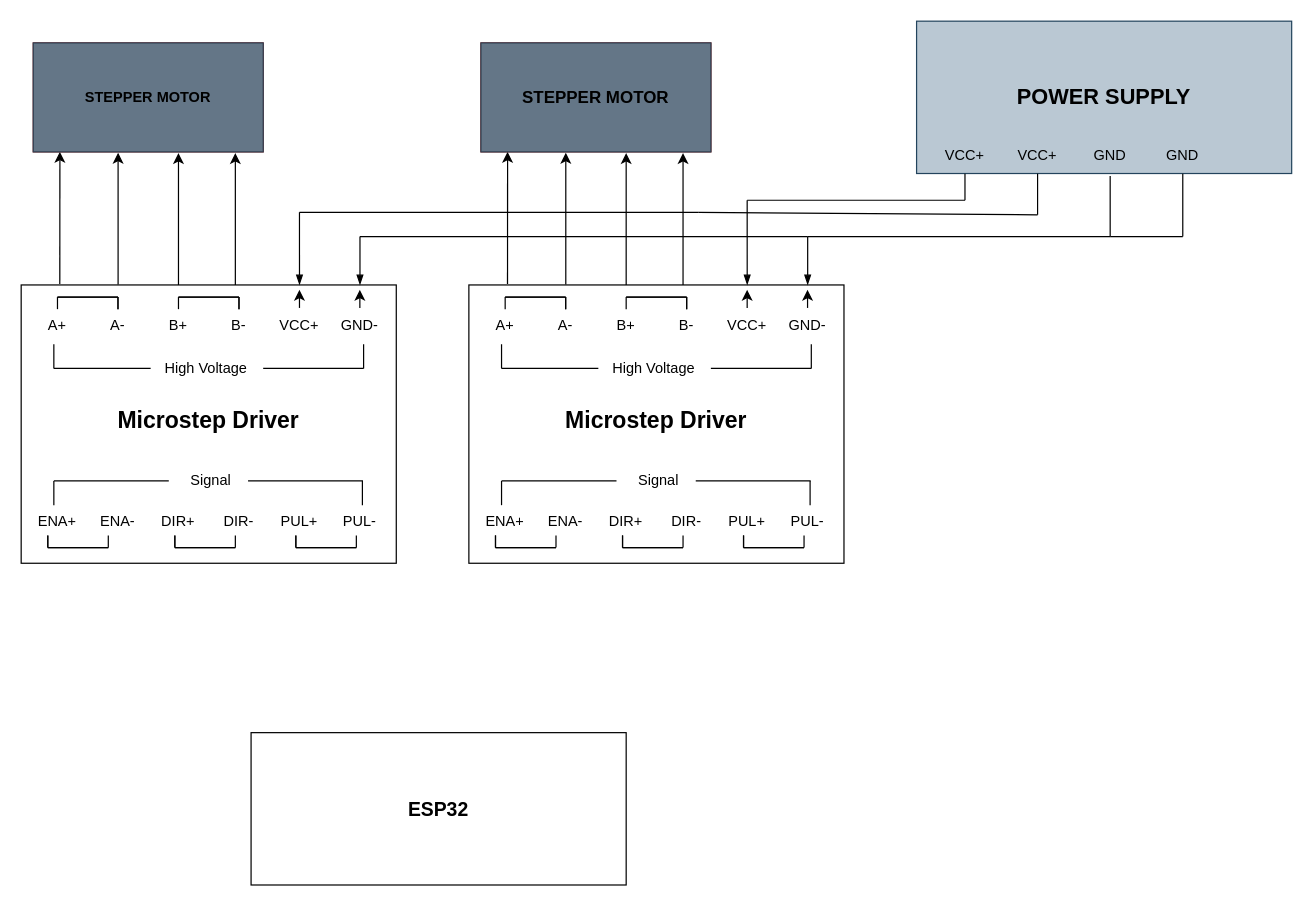
Above: Stepper-Driver-Esp32 Circuit Diagram.drawio in DattBhatt/Draw.io (draw.io), before the change. Source tidied: cells renumbered, new cells numbered last; positions are measured from the earlier drawing's top-left corner, leaving out a move shared by most shapes. Both pictures are drawn from the tidied source at 121%, with x=0, y=0 at pixel (21, 21).
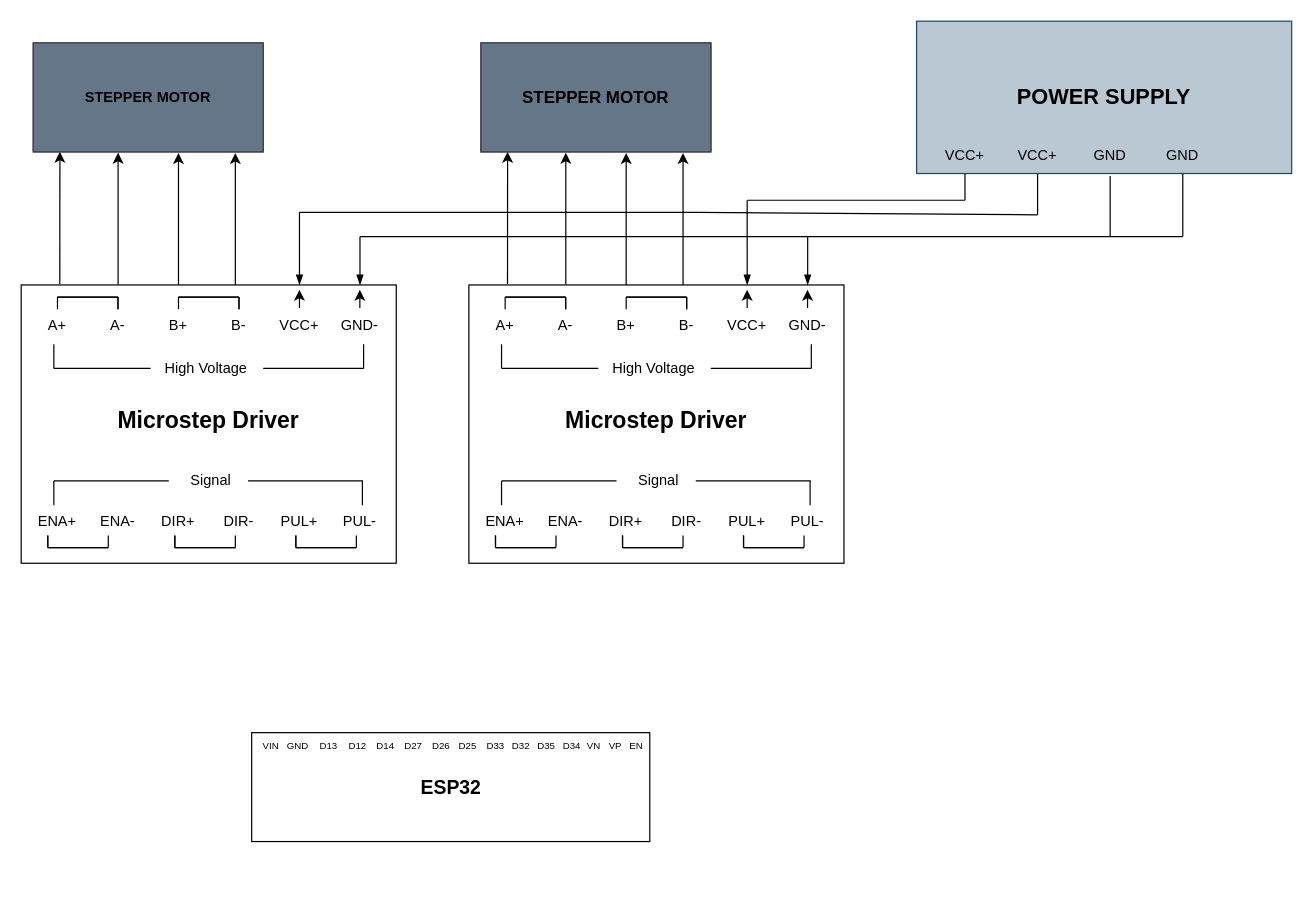
The same diagram, later.

The edit, as a diff of the source:
```diff
@@
     <mxCell id="71" value="&lt;b&gt;&lt;font style=&quot;font-size: 16px;&quot;&gt;ESP32&lt;/font&gt;&lt;/b&gt;" style="rounded=0;whiteSpace=wrap;html=1;" parent="1" vertex="1">
-      <mxGeometry x="190" y="588" width="310" height="125.9" as="geometry" />
+      <mxGeometry x="190.5" y="588" width="329" height="90" as="geometry" />
     </mxCell>
@@
+    <mxCell id="162" value="&lt;font style=&quot;font-size: 8px;&quot;&gt;VIN&lt;/font&gt;" style="text;html=1;align=left;verticalAlign=middle;strokeColor=none;fillColor=none;rounded=0;imageAlign=center;imageWidth=24;spacing=0;" parent="1" vertex="1">
+      <mxGeometry x="200" y="588" width="30" height="20" as="geometry" />
+    </mxCell>
+    <mxCell id="163" value="&lt;font style=&quot;font-size: 8px;&quot;&gt;GND&lt;/font&gt;" style="text;html=1;align=left;verticalAlign=middle;strokeColor=none;fillColor=none;rounded=0;imageAlign=center;imageWidth=24;spacing=0;" parent="1" vertex="1">
+      <mxGeometry x="220" y="588" width="40" height="20" as="geometry" />
+    </mxCell>
+    <mxCell id="164" value="&lt;font style=&quot;font-size: 8px;&quot;&gt;D13&lt;/font&gt;" style="text;html=1;align=left;verticalAlign=middle;strokeColor=none;fillColor=none;rounded=0;imageAlign=center;imageWidth=24;flipH=0;spacing=0;" parent="1" vertex="1">
+      <mxGeometry x="247" y="588" width="30" height="20" as="geometry" />
+    </mxCell>
+    <mxCell id="165" value="&lt;font style=&quot;font-size: 8px;&quot;&gt;D12&lt;/font&gt;" style="text;html=1;align=left;verticalAlign=middle;strokeColor=none;fillColor=none;rounded=0;imageAlign=center;imageWidth=24;spacing=0;" parent="1" vertex="1">
+      <mxGeometry x="271" y="588" width="30" height="20" as="geometry" />
+    </mxCell>
+    <mxCell id="166" value="&lt;font style=&quot;font-size: 8px;&quot;&gt;D27&lt;/font&gt;" style="text;html=1;align=left;verticalAlign=middle;strokeColor=none;fillColor=none;rounded=0;imageAlign=center;imageWidth=24;spacing=0;" parent="1" vertex="1">
+      <mxGeometry x="317" y="588" width="30" height="20" as="geometry" />
+    </mxCell>
+    <mxCell id="167" value="&lt;font style=&quot;font-size: 8px;&quot;&gt;D14&lt;/font&gt;" style="text;html=1;align=left;verticalAlign=middle;strokeColor=none;fillColor=none;rounded=0;imageAlign=center;imageWidth=24;flipH=0;spacing=0;" parent="1" vertex="1">
+      <mxGeometry x="294" y="588" width="30" height="20" as="geometry" />
+    </mxCell>
+    <mxCell id="168" value="&lt;font style=&quot;font-size: 8px;&quot;&gt;D26&lt;/font&gt;" style="text;html=1;align=left;verticalAlign=middle;strokeColor=none;fillColor=none;rounded=0;imageAlign=center;imageWidth=24;spacing=0;" parent="1" vertex="1">
+      <mxGeometry x="340" y="588" width="30" height="20" as="geometry" />
+    </mxCell>
+    <mxCell id="169" value="&lt;font style=&quot;font-size: 8px;&quot;&gt;D25&lt;/font&gt;" style="text;html=1;align=left;verticalAlign=middle;strokeColor=none;fillColor=none;rounded=0;imageAlign=center;imageWidth=24;spacing=0;" parent="1" vertex="1">
+      <mxGeometry x="362" y="588" width="30" height="20" as="geometry" />
+    </mxCell>
+    <mxCell id="170" value="&lt;font style=&quot;font-size: 8px;&quot;&gt;D33&lt;/font&gt;" style="text;html=1;align=left;verticalAlign=middle;strokeColor=none;fillColor=none;rounded=0;imageAlign=center;imageWidth=24;spacing=0;" parent="1" vertex="1">
+      <mxGeometry x="385" y="588" width="30" height="20" as="geometry" />
+    </mxCell>
+    <mxCell id="171" value="&lt;font style=&quot;font-size: 8px;&quot;&gt;D32&lt;/font&gt;" style="text;html=1;align=left;verticalAlign=middle;strokeColor=none;fillColor=none;rounded=0;imageAlign=center;imageWidth=24;spacing=0;" parent="1" vertex="1">
+      <mxGeometry x="406" y="588" width="30" height="20" as="geometry" />
+    </mxCell>
+    <mxCell id="172" value="&lt;font style=&quot;font-size: 8px;&quot;&gt;D35&lt;/font&gt;" style="text;html=1;align=left;verticalAlign=middle;strokeColor=none;fillColor=none;rounded=0;imageAlign=center;imageWidth=24;spacing=0;" parent="1" vertex="1">
+      <mxGeometry x="427" y="588" width="30" height="20" as="geometry" />
+    </mxCell>
+    <mxCell id="173" value="&lt;font style=&quot;font-size: 8px;&quot;&gt;D34&lt;/font&gt;" style="text;html=1;align=left;verticalAlign=middle;strokeColor=none;fillColor=none;rounded=0;imageAlign=center;imageWidth=24;spacing=0;" parent="1" vertex="1">
+      <mxGeometry x="448" y="588" width="30" height="20" as="geometry" />
+    </mxCell>
+    <mxCell id="174" value="&lt;font style=&quot;font-size: 8px;&quot;&gt;VN&lt;/font&gt;" style="text;html=1;align=left;verticalAlign=middle;strokeColor=none;fillColor=none;rounded=0;imageAlign=center;imageWidth=24;spacing=0;" parent="1" vertex="1">
+      <mxGeometry x="468" y="588" width="30" height="20" as="geometry" />
+    </mxCell>
+    <mxCell id="175" value="&lt;font style=&quot;font-size: 8px;&quot;&gt;VP&lt;/font&gt;" style="text;html=1;align=left;verticalAlign=middle;strokeColor=none;fillColor=none;rounded=0;imageAlign=center;imageWidth=24;spacing=0;" parent="1" vertex="1">
+      <mxGeometry x="486" y="588" width="30" height="20" as="geometry" />
+    </mxCell>
+    <mxCell id="176" value="&lt;font style=&quot;font-size: 8px;&quot;&gt;EN&lt;/font&gt;" style="text;html=1;align=left;verticalAlign=middle;strokeColor=none;fillColor=none;rounded=0;imageAlign=center;imageWidth=24;spacing=0;" parent="1" vertex="1">
+      <mxGeometry x="503" y="588" width="30" height="20" as="geometry" />
+    </mxCell>
```
